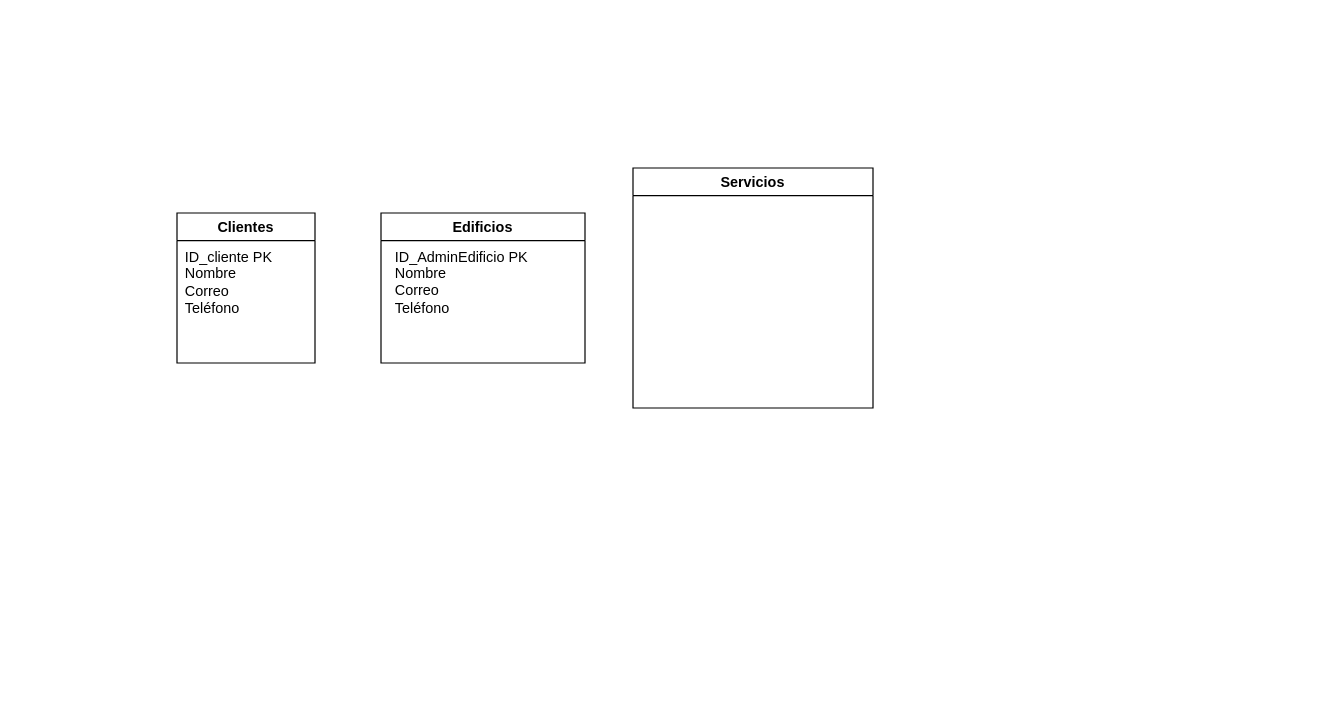
The draw.io diagram Diagrama sin título.drawio in CristianCenxd/Fixya-app, before the edit. Source tidied: cells renumbered, new cells numbered last; positions are measured from the earlier drawing's top-left corner, leaving out a move shared by most shapes. Both pictures are drawn from the tidied source at 120%, with x=0, y=0 at pixel (176, 167).
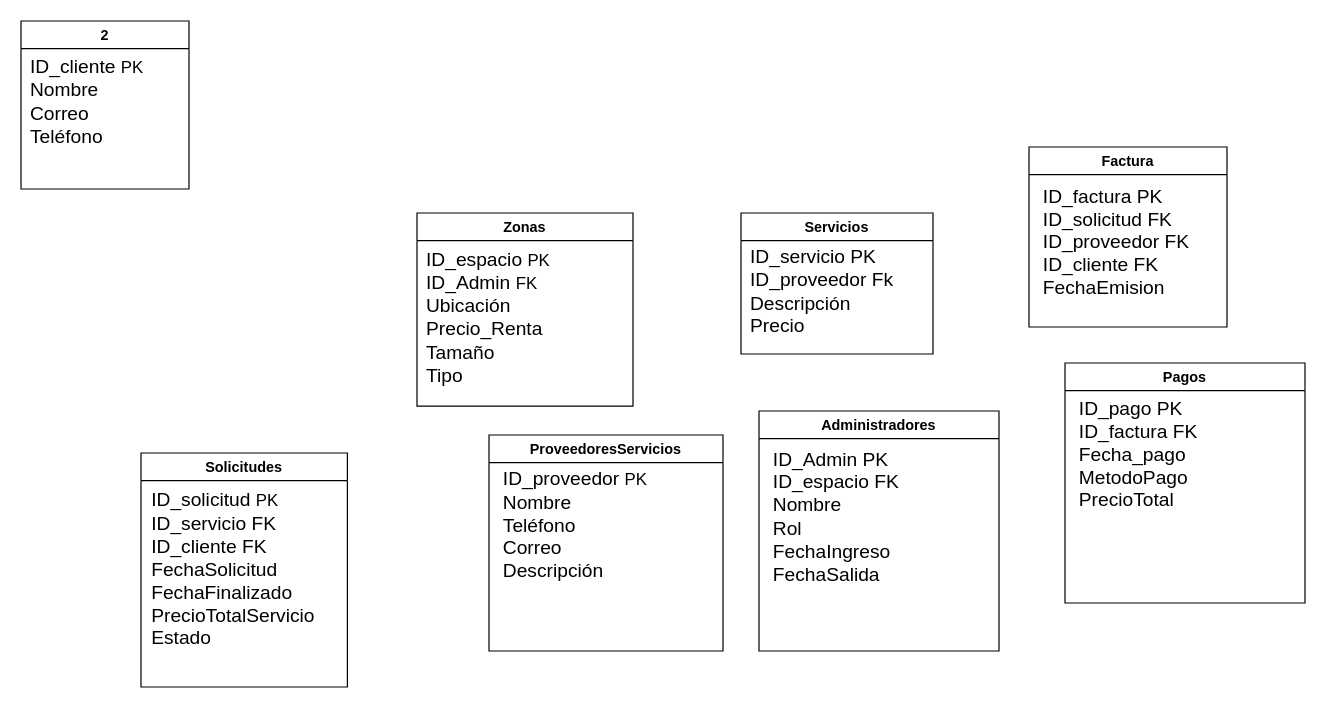
Above is the later version.

Diff of the diagram source:
```diff
@@
 <mxGraphModel>
   <root>
     <mxCell id="0" />
     <mxCell id="1" parent="0" />
-    <mxCell id="2" value="Clientes" style="swimlane;" parent="1" vertex="1">
-      <mxGeometry y="38" width="115" height="125" as="geometry" />
+    <mxCell id="2" value="2" style="swimlane;" parent="1" vertex="1">
+      <mxGeometry x="-130" y="-122" width="140" height="140" as="geometry" />
     </mxCell>
-    <mxCell id="3" value="ID_cliente PK&lt;div&gt;Nombre&lt;/div&gt;&lt;div&gt;Correo&lt;/div&gt;&lt;div&gt;Teléfono&lt;/div&gt;" style="text;html=1;align=left;verticalAlign=middle;strokeColor=none;fillColor=none;" parent="2" vertex="1">
-      <mxGeometry x="5" y="20" width="105" height="75" as="geometry" />
+    <mxCell id="3" value="&lt;font style=&quot;font-size: 16px;&quot;&gt;I&lt;font style=&quot;&quot;&gt;D_cliente &lt;/font&gt;&lt;/font&gt;&lt;font style=&quot;font-size: 14px;&quot;&gt;PK&lt;/font&gt;&lt;div&gt;&lt;font size=&quot;3&quot;&gt;Nombre&lt;/font&gt;&lt;/div&gt;&lt;div&gt;&lt;font size=&quot;3&quot;&gt;Correo&lt;/font&gt;&lt;/div&gt;&lt;div&gt;&lt;font size=&quot;3&quot;&gt;Teléfono&lt;/font&gt;&lt;/div&gt;" style="text;html=1;align=left;verticalAlign=middle;strokeColor=none;fillColor=none;" parent="2" vertex="1">
+      <mxGeometry x="6" y="22" width="120" height="90" as="geometry" />
     </mxCell>
-    <mxCell id="4" value="Edificios" style="swimlane;" parent="1" vertex="1">
-      <mxGeometry x="170" y="38" width="170" height="125" as="geometry" />
+    <mxCell id="4" value="Zonas" style="swimlane;" parent="1" vertex="1">
+      <mxGeometry x="200" y="38" width="180" height="161" as="geometry" />
     </mxCell>
-    <mxCell id="5" value="ID_AdminEdificio PK&lt;div&gt;Nombre&lt;/div&gt;&lt;div&gt;Correo&lt;/div&gt;&lt;div&gt;Teléfono&lt;/div&gt;&lt;div&gt;&lt;br&gt;&lt;/div&gt;" style="text;html=1;align=left;verticalAlign=middle;strokeColor=none;fillColor=none;" parent="4" vertex="1">
-      <mxGeometry x="10" y="20" width="135" height="90" as="geometry" />
+    <mxCell id="5" value="&lt;font style=&quot;font-size: 16px;&quot;&gt;ID_espacio &lt;/font&gt;&lt;font style=&quot;font-size: 14px;&quot;&gt;PK&lt;/font&gt;&lt;div&gt;&lt;font style=&quot;font-size: 16px;&quot;&gt;ID_Admin &lt;/font&gt;&lt;span style=&quot;font-size: 14px;&quot;&gt;FK&lt;br&gt;&lt;/span&gt;&lt;div&gt;&lt;font size=&quot;3&quot;&gt;Ubicación&lt;br&gt;&lt;/font&gt;&lt;/div&gt;&lt;div&gt;&lt;font size=&quot;3&quot;&gt;Precio_Renta&lt;br&gt;&lt;/font&gt;&lt;/div&gt;&lt;div&gt;&lt;font size=&quot;3&quot;&gt;Tamaño&lt;br&gt;&lt;/font&gt;&lt;/div&gt;&lt;div&gt;&lt;font size=&quot;3&quot;&gt;Tipo&amp;nbsp;&lt;br&gt;&lt;/font&gt;&lt;/div&gt;&lt;div&gt;&lt;br&gt;&lt;/div&gt;&lt;/div&gt;" style="text;html=1;align=left;verticalAlign=middle;strokeColor=none;fillColor=none;" parent="4" vertex="1">
+      <mxGeometry x="6" y="19" width="135" height="150" as="geometry" />
     </mxCell>
     <mxCell id="6" value="Servicios" style="swimlane;" parent="1" vertex="1">
-      <mxGeometry x="380" y="0.5" width="200" height="200" as="geometry" />
+      <mxGeometry x="470" y="38" width="160" height="117.5" as="geometry" />
     </mxCell>
+    <mxCell id="7" value="&lt;font style=&quot;font-size: 16px;&quot;&gt;ID_servicio PK&lt;/font&gt;&lt;div&gt;&lt;font size=&quot;3&quot;&gt;ID_proveedor Fk&lt;/font&gt;&lt;/div&gt;&lt;div&gt;&lt;font size=&quot;3&quot;&gt;Descripción&lt;/font&gt;&lt;/div&gt;&lt;div&gt;&lt;font size=&quot;3&quot;&gt;Precio&lt;/font&gt;&lt;/div&gt;" style="text;html=1;align=left;verticalAlign=middle;strokeColor=none;fillColor=none;" parent="6" vertex="1">
+      <mxGeometry x="6" y="19.8" width="150" height="90" as="geometry" />
+    </mxCell>
+    <mxCell id="8" value="ProveedoresServicios" style="swimlane;" parent="1" vertex="1">
+      <mxGeometry x="260" y="223" width="195" height="180" as="geometry" />
+    </mxCell>
+    <mxCell id="9" value="&lt;font style=&quot;font-size: 16px;&quot;&gt;ID_proveedor &lt;/font&gt;&lt;font style=&quot;font-size: 14px;&quot;&gt;PK&lt;/font&gt;&lt;div&gt;&lt;font size=&quot;3&quot;&gt;Nombre&lt;/font&gt;&lt;/div&gt;&lt;div&gt;&lt;font size=&quot;3&quot;&gt;Teléfono&lt;/font&gt;&lt;/div&gt;&lt;div&gt;&lt;font size=&quot;3&quot;&gt;Correo&lt;/font&gt;&lt;/div&gt;&lt;div&gt;&lt;font size=&quot;3&quot;&gt;Descripción&lt;br&gt;&lt;/font&gt;&lt;div&gt;&lt;br&gt;&lt;/div&gt;&lt;/div&gt;" style="text;html=1;align=left;verticalAlign=middle;strokeColor=none;fillColor=none;" parent="8" vertex="1">
+      <mxGeometry x="10" y="22" width="150" height="120" as="geometry" />
+    </mxCell>
+    <mxCell id="10" value="Solicitudes" style="swimlane;" parent="1" vertex="1">
+      <mxGeometry x="-30" y="238" width="172" height="195" as="geometry" />
+    </mxCell>
+    <mxCell id="11" value="&lt;font style=&quot;font-size: 16px;&quot;&gt;ID_solicitud &lt;/font&gt;&lt;font style=&quot;font-size: 14px;&quot;&gt;PK&lt;/font&gt;&lt;div&gt;&lt;font style=&quot;font-size: 16px;&quot;&gt;ID_servicio FK&lt;/font&gt;&lt;/div&gt;&lt;div&gt;&lt;font size=&quot;3&quot;&gt;ID_cliente FK&lt;/font&gt;&lt;/div&gt;&lt;div&gt;&lt;font size=&quot;3&quot;&gt;FechaSolicitud&lt;/font&gt;&lt;/div&gt;&lt;div&gt;&lt;font size=&quot;3&quot;&gt;FechaFinalizado&lt;/font&gt;&lt;/div&gt;&lt;div&gt;&lt;font size=&quot;3&quot;&gt;PrecioTotalServicio&lt;/font&gt;&lt;/div&gt;&lt;div&gt;&lt;font size=&quot;3&quot;&gt;Estado&amp;nbsp;&lt;br&gt;&lt;/font&gt;&lt;/div&gt;" style="text;html=1;align=left;verticalAlign=middle;strokeColor=none;fillColor=none;" parent="10" vertex="1">
+      <mxGeometry x="7" y="21.5" width="165" height="150" as="geometry" />
+    </mxCell>
+    <mxCell id="12" value="Administradores" style="swimlane;" parent="1" vertex="1">
+      <mxGeometry x="485" y="203" width="200" height="200" as="geometry" />
+    </mxCell>
+    <mxCell id="13" value="&lt;font style=&quot;font-size: 16px;&quot;&gt;ID_Admin PK&lt;/font&gt;&lt;div&gt;&lt;font size=&quot;3&quot;&gt;ID_espacio FK&lt;/font&gt;&lt;/div&gt;&lt;div&gt;&lt;font size=&quot;3&quot;&gt;Nombre&lt;br&gt;Rol&lt;/font&gt;&lt;/div&gt;&lt;div&gt;&lt;font size=&quot;3&quot;&gt;FechaIngreso&lt;/font&gt;&lt;/div&gt;&lt;div&gt;&lt;font size=&quot;3&quot;&gt;FechaSalida&lt;/font&gt;&lt;/div&gt;" style="text;html=1;align=left;verticalAlign=middle;strokeColor=none;fillColor=none;" parent="12" vertex="1">
+      <mxGeometry x="10" y="20" width="135" height="135" as="geometry" />
+    </mxCell>
+    <mxCell id="14" value="Factura" style="swimlane;startSize=23;" parent="1" vertex="1">
+      <mxGeometry x="710" y="-17" width="165" height="150" as="geometry" />
+    </mxCell>
+    <mxCell id="15" value="&lt;font style=&quot;font-size: 16px;&quot;&gt;ID_factura PK&lt;/font&gt;&lt;div&gt;&lt;font size=&quot;3&quot;&gt;ID_solicitud FK&lt;/font&gt;&lt;/div&gt;&lt;div&gt;&lt;font size=&quot;3&quot;&gt;ID_proveedor FK&lt;/font&gt;&lt;/div&gt;&lt;div&gt;&lt;font size=&quot;3&quot;&gt;ID_cliente FK&lt;/font&gt;&lt;/div&gt;&lt;div&gt;&lt;font size=&quot;3&quot;&gt;FechaEmision&lt;/font&gt;&lt;/div&gt;" style="text;html=1;align=left;verticalAlign=middle;strokeColor=none;fillColor=none;" parent="14" vertex="1">
+      <mxGeometry x="10" y="26" width="150" height="105" as="geometry" />
+    </mxCell>
+    <mxCell id="16" value="Pagos" style="swimlane;" parent="1" vertex="1">
+      <mxGeometry x="740" y="163" width="200" height="200" as="geometry" />
+    </mxCell>
+    <mxCell id="17" value="&lt;div&gt;&lt;font style=&quot;font-size: 16px;&quot;&gt;ID_pago PK&lt;/font&gt;&lt;/div&gt;&lt;font size=&quot;3&quot;&gt;ID_factura FK&lt;/font&gt;&lt;div&gt;&lt;font size=&quot;3&quot;&gt;Fecha_pago&lt;/font&gt;&lt;/div&gt;&lt;div&gt;&lt;font size=&quot;3&quot;&gt;MetodoPago&lt;/font&gt;&lt;/div&gt;&lt;div&gt;&lt;font size=&quot;3&quot;&gt;PrecioTotal&lt;/font&gt;&lt;/div&gt;" style="text;html=1;align=left;verticalAlign=middle;strokeColor=none;fillColor=none;" parent="16" vertex="1">
+      <mxGeometry x="10" y="23" width="135" height="105" as="geometry" />
+    </mxCell>
   </root>
 </mxGraphModel>
```
